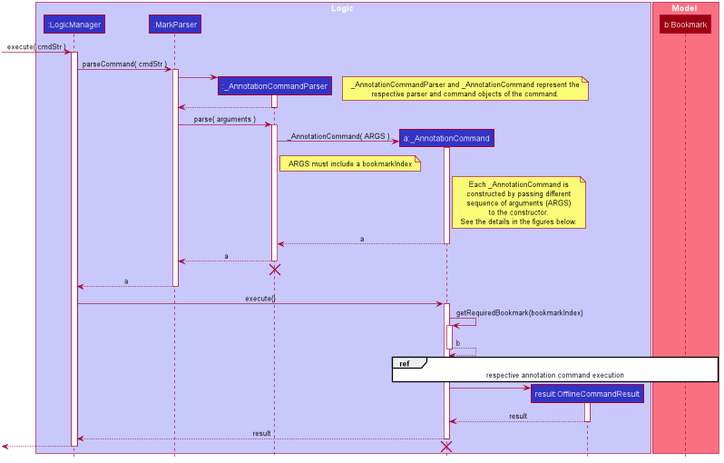
The PlantUML diagram docs/images/AnnotationSequenceDiagram.png in nus-cs2103-AY1920S1/addressbook-level3, before a commit.
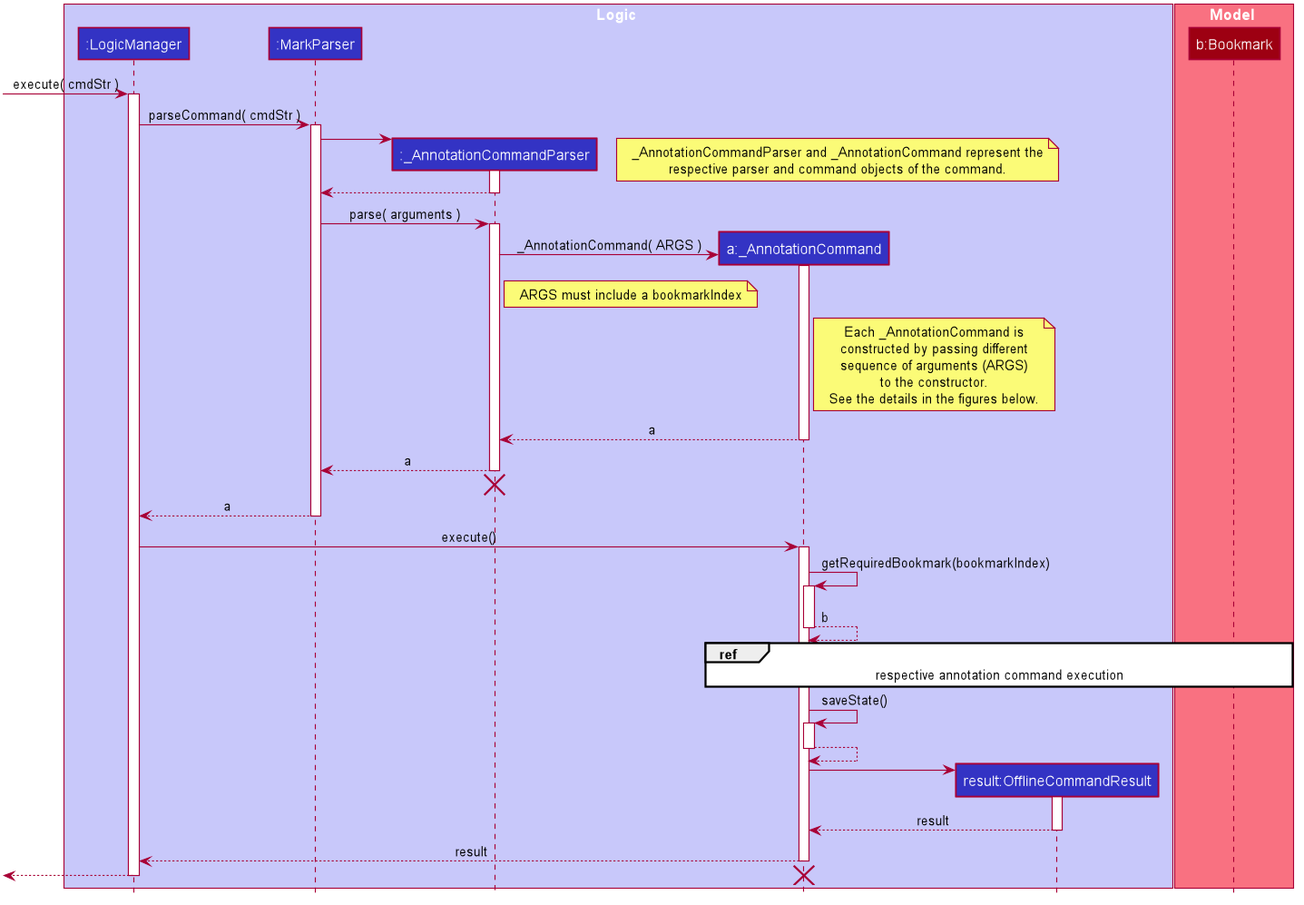
Above is the later version.

The edit, as a diff of the source:
```diff
@@ -108,6 +108,11 @@
 
 ref over AddAnnotationCommand, Bookmark : respective annotation command execution
 
+AddAnnotationCommand -> AddAnnotationCommand : saveState()
+activate AddAnnotationCommand
+AddAnnotationCommand --> AddAnnotationCommand
+deactivate AddAnnotationCommand
+
 create OfflineCommandResult
 AddAnnotationCommand -> OfflineCommandResult
 activate OfflineCommandResult
```
